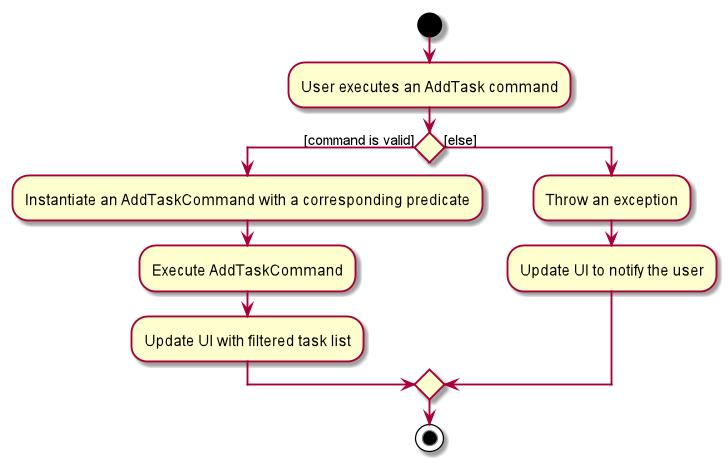
Before: images/task/AddTaskCommandActivityDiagram.png, a diagram exported from PlantUML (CS2103T-W11-1/main).
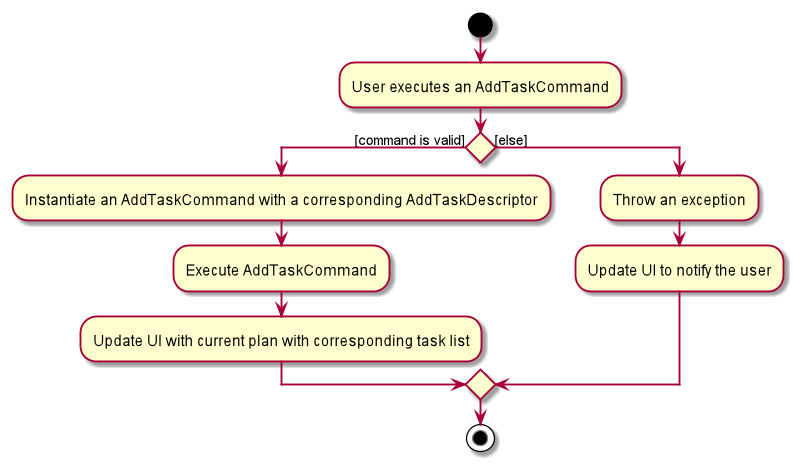
The same diagram one commit later.

Change to the diagram source:
```diff
@@ -2,12 +2,12 @@
 
 start
 
-:User executes an AddTask command;
+:User executes an AddTaskCommand;
 
 if () then ([command is valid])
-	:Instantiate an AddTaskCommand with a corresponding predicate;
+	:Instantiate an AddTaskCommand with a corresponding AddTaskDescriptor;
 	:Execute AddTaskCommand;
-	:Update UI with filtered task list;
+	:Update UI with current plan with corresponding task list;
 else ([else])
 	:Throw an exception;
 	:Update UI to notify the user;
```
